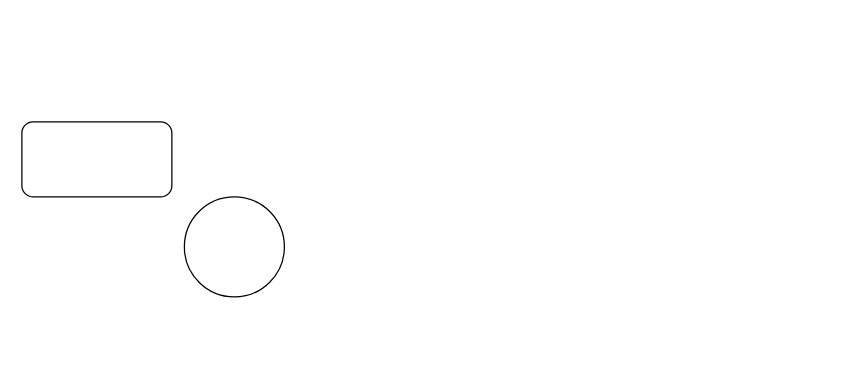
Above: Untitled Diagram.drawio in iqbalgoury/samplefiles (draw.io), before the change. Source tidied: cells renumbered, new cells numbered last; positions are measured from the earlier drawing's top-left corner, leaving out a move shared by most shapes. Both pictures are drawn from the tidied source at 125%, with x=0, y=0 at pixel (21, 121).
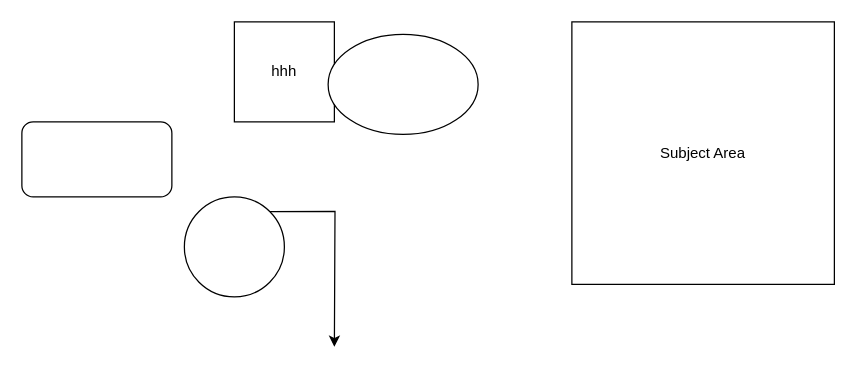
The same diagram, later.

Change to the diagram source:
```diff
@@
 <mxGraphModel>
   <root>
     <mxCell id="0" />
     <mxCell id="1" parent="0" />
     <mxCell id="2" style="rounded=1;whiteSpace=wrap;html=1;" parent="1" vertex="1">
       <mxGeometry width="120" height="60" as="geometry" />
     </mxCell>
+    <mxCell id="4" style="edgeStyle=orthogonalEdgeStyle;rounded=0;jettySize=auto;html=1;exitX=1;exitY=0;exitDx=0;exitDy=0;" parent="1" edge="1" source="3">
+      <mxGeometry relative="1" as="geometry">
+        <mxPoint x="250" y="180" as="targetPoint" />
+      </mxGeometry>
+    </mxCell>
     <mxCell id="3" style="ellipse;whiteSpace=wrap;html=1;" parent="1" vertex="1">
       <mxGeometry x="130" y="60" width="80" height="80" as="geometry" />
     </mxCell>
+    <mxCell id="5" value="hhh" style="whiteSpace=wrap;html=1;" parent="1" vertex="1">
+      <mxGeometry x="170" y="-80" width="80" height="80" as="geometry" />
+    </mxCell>
+    <mxCell id="6" style="ellipse;whiteSpace=wrap;html=1;" parent="1" vertex="1">
+      <mxGeometry x="245" y="-70" width="120" height="80" as="geometry" />
+    </mxCell>
+    <mxCell id="7" value="Subject Area" style="whiteSpace=wrap;html=1;rotation=0;" parent="1" vertex="1">
+      <mxGeometry x="440" y="-80" width="210" height="210" as="geometry" />
+    </mxCell>
   </root>
 </mxGraphModel>
```
